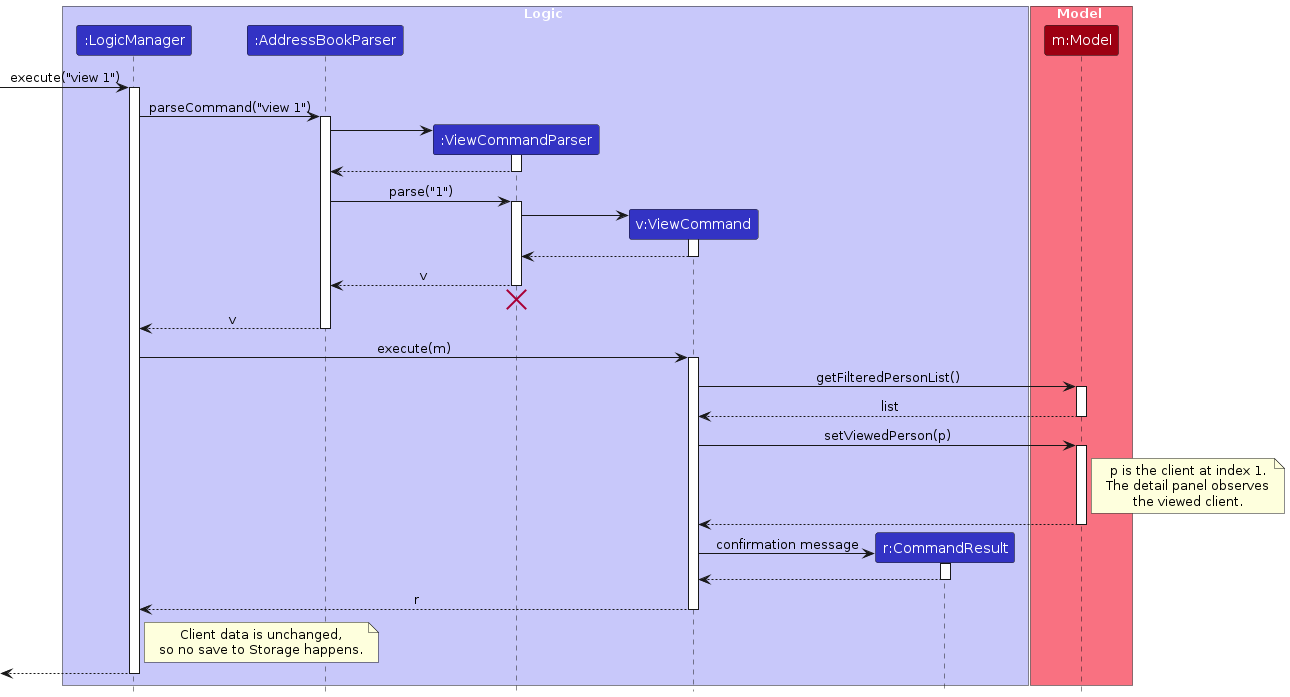
This is diagrams/ViewSequenceDiagram.png from AY2627S1-CS2103T-F14a-2/tp, a PlantUML export, as it was before one commit. Its source is kept beside it as diagrams/ViewSequenceDiagram.puml.
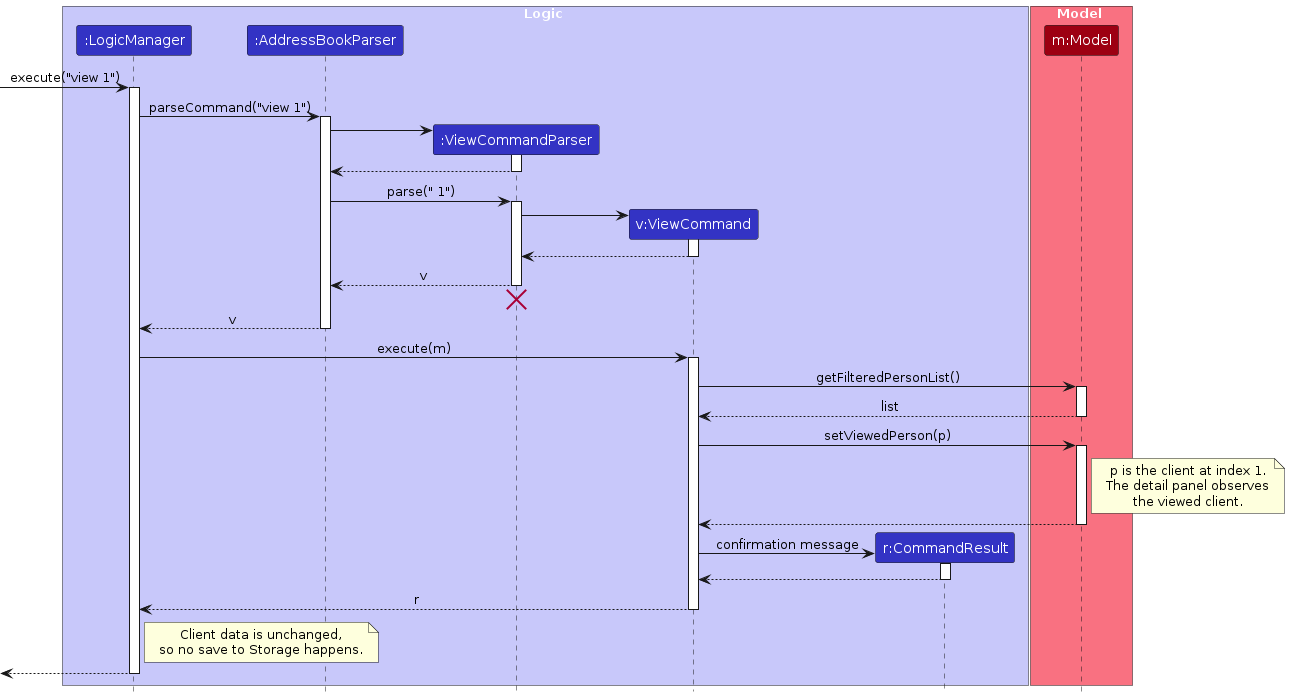
The same file after the commit.

Diff of the diagram source:
```diff
@@ -27,7 +27,7 @@
 ViewCommandParser --> AddressBookParser
 deactivate ViewCommandParser
 
-AddressBookParser -> ViewCommandParser : parse("1")
+AddressBookParser -> ViewCommandParser : parse(" 1")
 activate ViewCommandParser
 
 create ViewCommand
```
